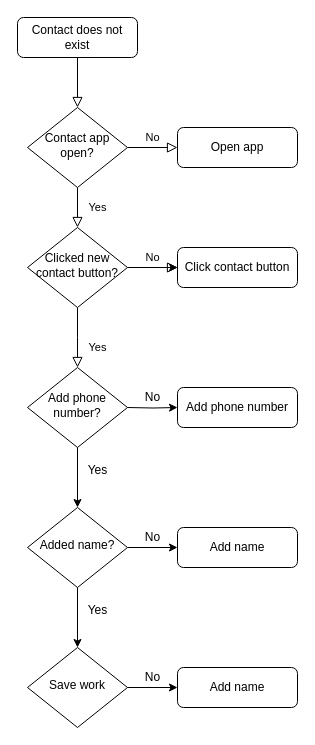
Before: Untitled Diagram.drawio in sharonllcj/CSflowchart, a draw.io diagram. Source tidied: cells renumbered, new cells numbered last; positions are measured from the earlier drawing's top-left corner, leaving out a move shared by most shapes. Both pictures are drawn from the tidied source at 100%, with x=0, y=0 at pixel (17, 17).
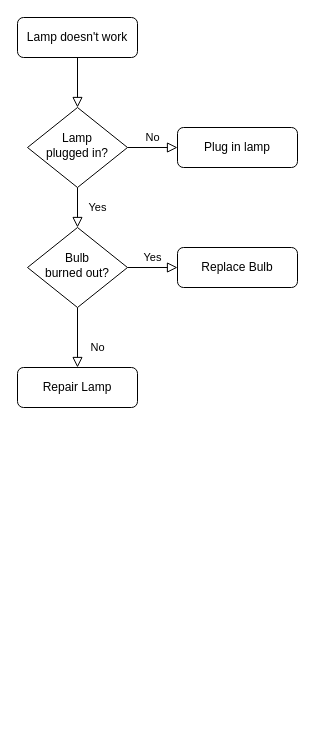
The same diagram, later.

What changed in the source:
```diff
@@
-    <mxCell id="3" value="Contact does not exist" style="rounded=1;whiteSpace=wrap;html=1;fontSize=12;glass=0;strokeWidth=1;shadow=0;" parent="1" vertex="1">
+    <mxCell id="3" value="Lamp doesn't work" style="rounded=1;whiteSpace=wrap;html=1;fontSize=12;glass=0;strokeWidth=1;shadow=0;" parent="1" vertex="1">
       <mxGeometry width="120" height="40" as="geometry" />
     </mxCell>
@@
-    <mxCell id="6" value="Contact app open?" style="rhombus;whiteSpace=wrap;html=1;shadow=0;fontFamily=Helvetica;fontSize=12;align=center;strokeWidth=1;spacing=6;spacingTop=-4;" parent="1" vertex="1">
+    <mxCell id="6" value="Lamp&lt;br&gt;plugged in?" style="rhombus;whiteSpace=wrap;html=1;shadow=0;fontFamily=Helvetica;fontSize=12;align=center;strokeWidth=1;spacing=6;spacingTop=-4;" parent="1" vertex="1">
       <mxGeometry x="10" y="90" width="100" height="80" as="geometry" />
     </mxCell>
-    <mxCell id="7" value="Open app" style="rounded=1;whiteSpace=wrap;html=1;fontSize=12;glass=0;strokeWidth=1;shadow=0;" parent="1" vertex="1">
+    <mxCell id="7" value="Plug in lamp" style="rounded=1;whiteSpace=wrap;html=1;fontSize=12;glass=0;strokeWidth=1;shadow=0;" parent="1" vertex="1">
       <mxGeometry x="160" y="110" width="120" height="40" as="geometry" />
     </mxCell>
-    <mxCell id="8" value="Yes" style="rounded=0;html=1;jettySize=auto;fontSize=11;endArrow=block;endFill=0;endSize=8;strokeWidth=1;shadow=0;labelBackgroundColor=none;edgeStyle=orthogonalEdgeStyle;" parent="1" edge="1" source="11">
-      <mxGeometry x="0.32" y="20" relative="1" as="geometry">
-        <mxPoint x="60" y="350" as="targetPoint" />
-      </mxGeometry>
+    <mxCell id="8" value="No" style="rounded=0;html=1;jettySize=auto;fontSize=11;endArrow=block;endFill=0;endSize=8;strokeWidth=1;shadow=0;labelBackgroundColor=none;edgeStyle=orthogonalEdgeStyle;" parent="1" edge="1" source="11" target="29">
+      <mxGeometry x="0.33" y="20" relative="1" as="geometry" />
     </mxCell>
-    <mxCell id="9" value="No" style="edgeStyle=orthogonalEdgeStyle;rounded=0;html=1;jettySize=auto;fontSize=11;endArrow=block;endFill=0;endSize=8;strokeWidth=1;shadow=0;labelBackgroundColor=none;" parent="1" edge="1" source="11" target="12">
+    <mxCell id="9" value="Yes" style="edgeStyle=orthogonalEdgeStyle;rounded=0;html=1;jettySize=auto;fontSize=11;endArrow=block;endFill=0;endSize=8;strokeWidth=1;shadow=0;labelBackgroundColor=none;" parent="1" edge="1" source="11" target="12">
       <mxGeometry y="10" relative="1" as="geometry" />
     </mxCell>
-    <mxCell id="10" style="edgeStyle=orthogonalEdgeStyle;rounded=0;jettySize=auto;html=1;" parent="1" edge="1" source="11" target="12">
-      <mxGeometry relative="1" as="geometry" />
-    </mxCell>
-    <mxCell id="11" value="Clicked new contact button?" style="rhombus;whiteSpace=wrap;html=1;shadow=0;fontFamily=Helvetica;fontSize=12;align=center;strokeWidth=1;spacing=6;spacingTop=-4;" parent="1" vertex="1">
+    <mxCell id="11" value="Bulb&lt;br&gt;burned out?" style="rhombus;whiteSpace=wrap;html=1;shadow=0;fontFamily=Helvetica;fontSize=12;align=center;strokeWidth=1;spacing=6;spacingTop=-4;" parent="1" vertex="1">
       <mxGeometry x="10" y="210" width="100" height="80" as="geometry" />
     </mxCell>
+    <mxCell id="29" value="Repair Lamp" style="rounded=1;whiteSpace=wrap;html=1;fontSize=12;glass=0;strokeWidth=1;shadow=0;" parent="1" vertex="1">
+      <mxGeometry y="350" width="120" height="40" as="geometry" />
+    </mxCell>
-    <mxCell id="12" value="Click contact button" style="rounded=1;whiteSpace=wrap;html=1;fontSize=12;glass=0;strokeWidth=1;shadow=0;" parent="1" vertex="1">
+    <mxCell id="12" value="Replace Bulb" style="rounded=1;whiteSpace=wrap;html=1;fontSize=12;glass=0;strokeWidth=1;shadow=0;" parent="1" vertex="1">
       <mxGeometry x="160" y="230" width="120" height="40" as="geometry" />
     </mxCell>
-    <mxCell id="13" value="Add phone number?" style="rhombus;whiteSpace=wrap;html=1;shadow=0;fontFamily=Helvetica;fontSize=12;align=center;strokeWidth=1;spacing=6;spacingTop=-4;" parent="1" vertex="1">
-      <mxGeometry x="10" y="350" width="100" height="80" as="geometry" />
-    </mxCell>
-    <mxCell id="14" value="Add phone number" style="rounded=1;whiteSpace=wrap;html=1;fontSize=12;glass=0;strokeWidth=1;shadow=0;" parent="1" vertex="1">
-      <mxGeometry x="160" y="370" width="120" height="40" as="geometry" />
-    </mxCell>
-    <mxCell id="15" style="edgeStyle=orthogonalEdgeStyle;rounded=0;jettySize=auto;html=1;" parent="1" edge="1" target="14">
-      <mxGeometry relative="1" as="geometry">
-        <mxPoint x="110" y="390" as="sourcePoint" />
-      </mxGeometry>
-    </mxCell>
-    <mxCell id="16" value="No" style="text;html=1;align=center;verticalAlign=middle;strokeColor=none;fillColor=none;" parent="1" vertex="1">
-      <mxGeometry x="115" y="365" width="40" height="30" as="geometry" />
-    </mxCell>
-    <mxCell id="17" value="Added name?" style="rhombus;whiteSpace=wrap;html=1;shadow=0;fontFamily=Helvetica;fontSize=12;align=center;strokeWidth=1;spacing=6;spacingTop=-4;" parent="1" vertex="1">
-      <mxGeometry x="10" y="490" width="100" height="80" as="geometry" />
-    </mxCell>
-    <mxCell id="18" value="Add name" style="rounded=1;whiteSpace=wrap;html=1;fontSize=12;glass=0;strokeWidth=1;shadow=0;" parent="1" vertex="1">
-      <mxGeometry x="160" y="510" width="120" height="40" as="geometry" />
-    </mxCell>
-    <mxCell id="19" value="No" style="text;html=1;align=center;verticalAlign=middle;strokeColor=none;fillColor=none;" parent="1" vertex="1">
-      <mxGeometry x="115" y="505" width="40" height="30" as="geometry" />
-    </mxCell>
-    <mxCell id="20" style="endArrow=classic;html=1;rounded=0;entryX=0;entryY=0.5;entryDx=0;entryDy=0;" parent="1" edge="1" target="18">
-      <mxGeometry relative="1" as="geometry">
-        <mxPoint x="110" y="530" as="sourcePoint" />
-      </mxGeometry>
-    </mxCell>
-    <mxCell id="21" value="Yes" style="text;html=1;align=center;verticalAlign=middle;strokeColor=none;fillColor=none;" parent="1" vertex="1">
-      <mxGeometry x="60" y="438" width="40" height="30" as="geometry" />
-    </mxCell>
-    <mxCell id="22" value="Save work" style="rhombus;whiteSpace=wrap;html=1;shadow=0;fontFamily=Helvetica;fontSize=12;align=center;strokeWidth=1;spacing=6;spacingTop=-4;" parent="1" vertex="1">
-      <mxGeometry x="10" y="630" width="100" height="80" as="geometry" />
-    </mxCell>
-    <mxCell id="23" value="Yes" style="text;html=1;align=center;verticalAlign=middle;strokeColor=none;fillColor=none;" parent="1" vertex="1">
-      <mxGeometry x="60" y="578" width="40" height="30" as="geometry" />
-    </mxCell>
-    <mxCell id="24" style="endArrow=classic;html=1;rounded=0;entryX=0;entryY=0.5;entryDx=0;entryDy=0;" parent="1" edge="1" target="26">
-      <mxGeometry relative="1" as="geometry">
-        <mxPoint x="110" y="670" as="sourcePoint" />
-      </mxGeometry>
-    </mxCell>
-    <mxCell id="25" value="No" style="text;html=1;align=center;verticalAlign=middle;strokeColor=none;fillColor=none;" parent="1" vertex="1">
-      <mxGeometry x="115" y="645" width="40" height="30" as="geometry" />
-    </mxCell>
-    <mxCell id="26" value="Add name" style="rounded=1;whiteSpace=wrap;html=1;fontSize=12;glass=0;strokeWidth=1;shadow=0;" parent="1" vertex="1">
-      <mxGeometry x="160" y="650" width="120" height="40" as="geometry" />
-    </mxCell>
-    <mxCell id="27" style="endArrow=classic;html=1;rounded=0;entryX=0.5;entryY=0;entryDx=0;entryDy=0;" parent="1" edge="1" target="17">
-      <mxGeometry relative="1" as="geometry">
-        <mxPoint x="60" y="430" as="sourcePoint" />
-      </mxGeometry>
-    </mxCell>
-    <mxCell id="28" style="endArrow=classic;html=1;rounded=0;" parent="1" edge="1" target="22">
-      <mxGeometry relative="1" as="geometry">
-        <mxPoint x="60" y="570" as="sourcePoint" />
-      </mxGeometry>
-    </mxCell>
```
